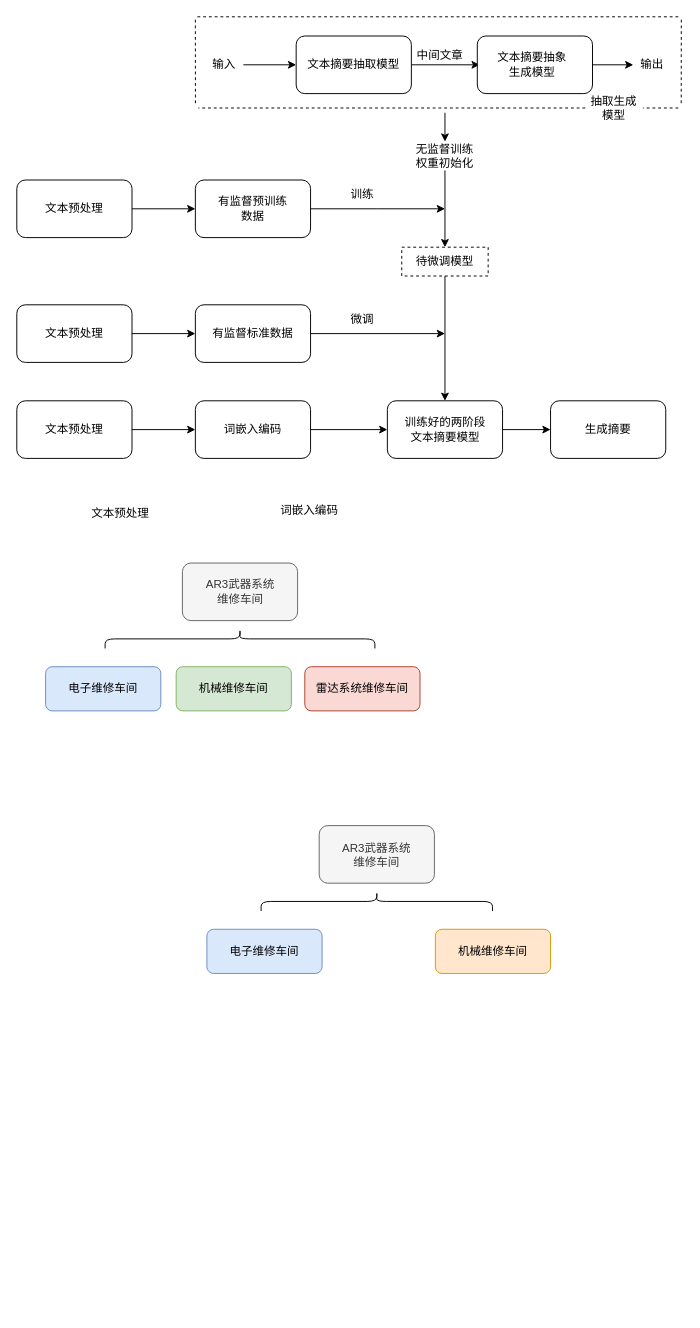
This is 未命名绘图.drawio from wan-wer/test, a draw.io file, before an edit. Source tidied: cells renumbered, new cells numbered last; positions are measured from the earlier drawing's top-left corner, leaving out a move shared by most shapes. Both pictures are drawn from the tidied source at 96%, with x=0, y=0 at pixel (16, 16).
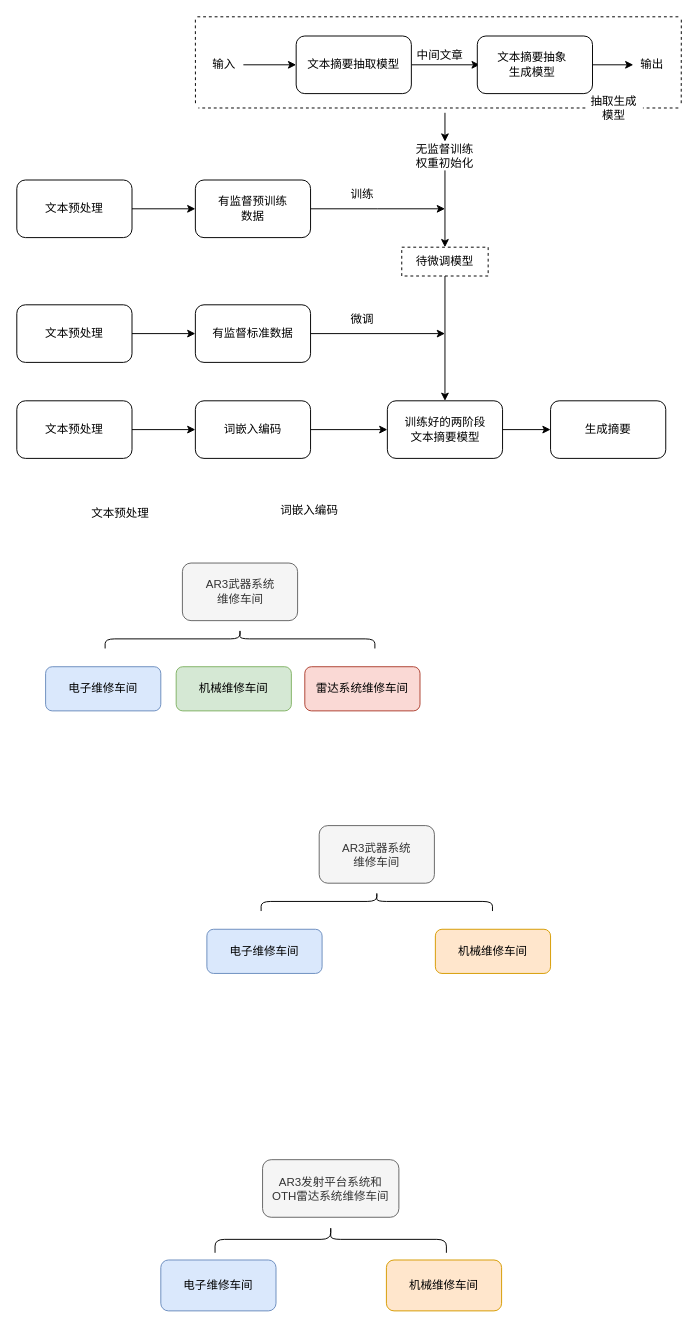
The same diagram, later.

Commit message:
更新未命名绘图.drawio

The edit, as a diff of the source:
```diff
@@
+    <mxCell id="60" value="电子维修车间" style="rounded=1;whiteSpace=wrap;html=1;fillColor=#dae8fc;strokeColor=#6c8ebf;" parent="1" vertex="1">
+      <mxGeometry x="150" y="1295" width="120" height="53" as="geometry" />
+    </mxCell>
+    <mxCell id="61" value="AR3发射平台系统和&lt;div&gt;OTH雷达系统&lt;span style=&quot;background-color: transparent; color: light-dark(rgb(51, 51, 51), rgb(193, 193, 193));&quot;&gt;维修车间&lt;/span&gt;&lt;/div&gt;" style="rounded=1;whiteSpace=wrap;html=1;fillColor=#f5f5f5;strokeColor=#666666;fontColor=#333333;" parent="1" vertex="1">
+      <mxGeometry x="256" y="1190.5" width="142" height="60" as="geometry" />
+    </mxCell>
+    <mxCell id="62" value="机械维修车间" style="rounded=1;whiteSpace=wrap;html=1;fillColor=#ffe6cc;strokeColor=#d79b00;" parent="1" vertex="1">
+      <mxGeometry x="385" y="1295" width="120" height="53" as="geometry" />
+    </mxCell>
+    <mxCell id="63" style="shape=curlyBracket;whiteSpace=wrap;html=1;rounded=1;flipH=1;labelPosition=right;verticalLabelPosition=middle;align=left;verticalAlign=middle;rotation=-90;" parent="1" vertex="1">
+      <mxGeometry x="313" y="1153" width="28" height="241" as="geometry" />
+    </mxCell>
```
